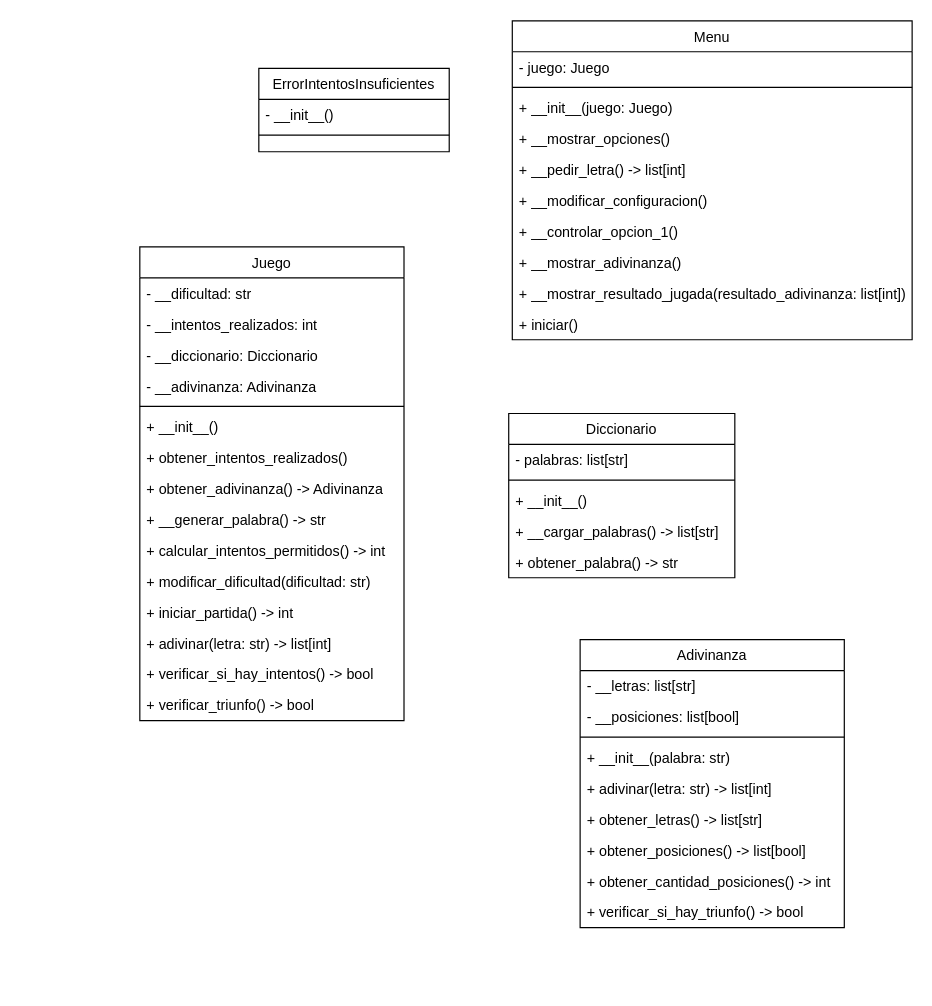
Before: DiagramaClases.drawio in A13RD/juego_ahorcado, a draw.io diagram. Source tidied: cells renumbered, new cells numbered last; positions are measured from the earlier drawing's top-left corner, leaving out a move shared by most shapes. Both pictures are drawn from the tidied source at 119%, with x=0, y=0 at pixel (139, 20).
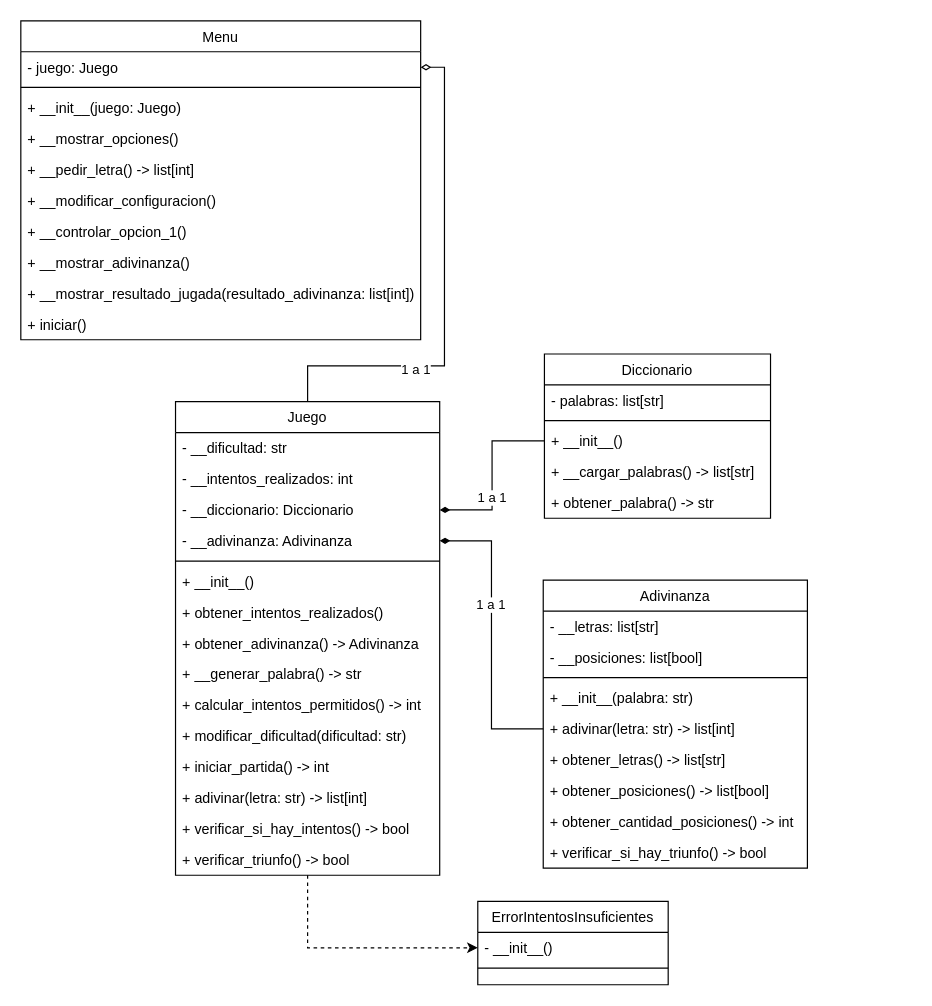
Above is the later version.

The change refers to these unchanged cells:
```xml
<mxCell id="3" value="- juego: Juego" style="text;align=left;verticalAlign=top;spacingLeft=4;spacingRight=4;overflow=hidden;points=[[0,0.5],[1,0.5]];portConstraint=eastwest;" parent="2" vertex="1">
  <mxGeometry y="26" width="336" height="26" as="geometry" />
</mxCell>
<mxCell id="14" value="- __init__()" style="text;align=left;verticalAlign=top;spacingLeft=4;spacingRight=4;overflow=hidden;points=[[0,0.5],[1,0.5]];portConstraint=eastwest;" parent="13" vertex="1">
  <mxGeometry y="26" width="160" height="26" as="geometry" />
</mxCell>
<mxCell id="21" value="+ adivinar(letra: str) -&gt; list[int]" style="text;align=left;verticalAlign=top;spacingLeft=4;spacingRight=4;overflow=hidden;points=[[0,0.5],[1,0.5]];portConstraint=eastwest;" parent="16" vertex="1">
  <mxGeometry y="112" width="222" height="26" as="geometry" />
</mxCell>
<mxCell id="29" value="+ __init__()" style="text;align=left;verticalAlign=top;spacingLeft=4;spacingRight=4;overflow=hidden;points=[[0,0.5],[1,0.5]];portConstraint=eastwest;fontStyle=0;" parent="26" vertex="1">
  <mxGeometry y="60" width="190" height="26" as="geometry" />
</mxCell>
<mxCell id="35" value="- __diccionario: Diccionario" style="text;align=left;verticalAlign=top;spacingLeft=4;spacingRight=4;overflow=hidden;points=[[0,0.5],[1,0.5]];portConstraint=eastwest;rounded=0;shadow=0;html=0;" parent="32" vertex="1">
  <mxGeometry y="78" width="222" height="26" as="geometry" />
</mxCell>
<mxCell id="36" value="- __adivinanza: Adivinanza" style="text;align=left;verticalAlign=top;spacingLeft=4;spacingRight=4;overflow=hidden;points=[[0,0.5],[1,0.5]];portConstraint=eastwest;rounded=0;shadow=0;html=0;" parent="32" vertex="1">
  <mxGeometry y="104" width="222" height="26" as="geometry" />
</mxCell>
```

Change to the diagram source:
```diff
@@
+    <mxCell id="48" style="edgeStyle=orthogonalEdgeStyle;rounded=0;jettySize=auto;html=1;entryX=0.5;entryY=0;entryDx=0;entryDy=0;endArrow=none;startFill=0;startArrow=diamondThin;" parent="1" edge="1" source="3" target="32">
+      <mxGeometry relative="1" as="geometry">
+        <Array as="points">
+          <mxPoint x="256" y="39" />
+          <mxPoint x="256" y="290" />
+          <mxPoint x="141" y="290" />
+        </Array>
+      </mxGeometry>
+    </mxCell>
+    <mxCell id="49" value="1 a 1" style="edgeLabel;html=1;align=center;verticalAlign=middle;" parent="48" vertex="1">
+      <mxGeometry x="0.31" y="2" relative="1" as="geometry">
+        <mxPoint x="-24" as="offset" />
+      </mxGeometry>
+    </mxCell>
     <mxCell id="2" value="Menu" style="swimlane;fontStyle=0;align=center;verticalAlign=top;horizontal=1;startSize=26;rounded=0;shadow=0;strokeWidth=1;" parent="1" vertex="1">
-      <mxGeometry x="313" width="336" height="268" as="geometry" />
+      <mxGeometry x="-100" width="336" height="268" as="geometry" />
     </mxCell>
@@
     <mxCell id="13" value="ErrorIntentosInsuficientes" style="swimlane;fontStyle=0;align=center;verticalAlign=top;horizontal=1;startSize=26;rounded=0;shadow=0;strokeWidth=1;" parent="1" vertex="1">
-      <mxGeometry x="100" y="40" width="160" height="70" as="geometry" />
+      <mxGeometry x="284" y="740" width="160" height="70" as="geometry" />
     </mxCell>
@@
     <mxCell id="16" value="Adivinanza" style="swimlane;fontStyle=0;align=center;verticalAlign=top;horizontal=1;startSize=26;rounded=0;shadow=0;strokeWidth=1;" parent="1" vertex="1">
-      <mxGeometry x="370" y="520" width="222" height="242" as="geometry" />
+      <mxGeometry x="339" y="470" width="222" height="242" as="geometry" />
     </mxCell>
@@
     <mxCell id="26" value="Diccionario" style="swimlane;fontStyle=0;align=center;verticalAlign=top;horizontal=1;startSize=26;rounded=0;shadow=0;strokeWidth=1;" parent="1" vertex="1">
-      <mxGeometry x="310" y="330" width="190" height="138" as="geometry" />
+      <mxGeometry x="340" y="280" width="190" height="138" as="geometry" />
     </mxCell>
@@
+    <mxCell id="50" style="edgeStyle=orthogonalEdgeStyle;rounded=0;jettySize=auto;html=1;entryX=0;entryY=0.5;entryDx=0;entryDy=0;startArrow=diamondThin;startFill=1;endArrow=none;" parent="1" edge="1" source="35" target="29">
+      <mxGeometry relative="1" as="geometry" />
+    </mxCell>
+    <mxCell id="51" value="1 a 1" style="edgeLabel;html=1;align=center;verticalAlign=middle;" parent="50" vertex="1">
+      <mxGeometry x="-0.25" y="1" relative="1" as="geometry" />
+    </mxCell>
+    <mxCell id="52" style="edgeStyle=orthogonalEdgeStyle;rounded=0;jettySize=auto;html=1;entryX=0;entryY=0.5;entryDx=0;entryDy=0;startArrow=diamondThin;startFill=1;endArrow=none;" parent="1" edge="1" source="36" target="21">
+      <mxGeometry relative="1" as="geometry" />
+    </mxCell>
+    <mxCell id="53" value="1 a 1" style="edgeLabel;html=1;align=center;verticalAlign=middle;" parent="52" vertex="1">
+      <mxGeometry x="-0.21" y="-1" relative="1" as="geometry" />
+    </mxCell>
+    <mxCell id="54" style="edgeStyle=orthogonalEdgeStyle;rounded=0;jettySize=auto;html=1;entryX=0;entryY=0.5;entryDx=0;entryDy=0;dashed=1;" parent="1" edge="1" source="32" target="14">
+      <mxGeometry relative="1" as="geometry" />
+    </mxCell>
     <mxCell id="32" value="Juego" style="swimlane;fontStyle=0;align=center;verticalAlign=top;horizontal=1;startSize=26;rounded=0;shadow=0;strokeWidth=1;" parent="1" vertex="1">
-      <mxGeometry y="190" width="222" height="398" as="geometry" />
+      <mxGeometry x="30" y="320" width="222" height="398" as="geometry" />
     </mxCell>
```
